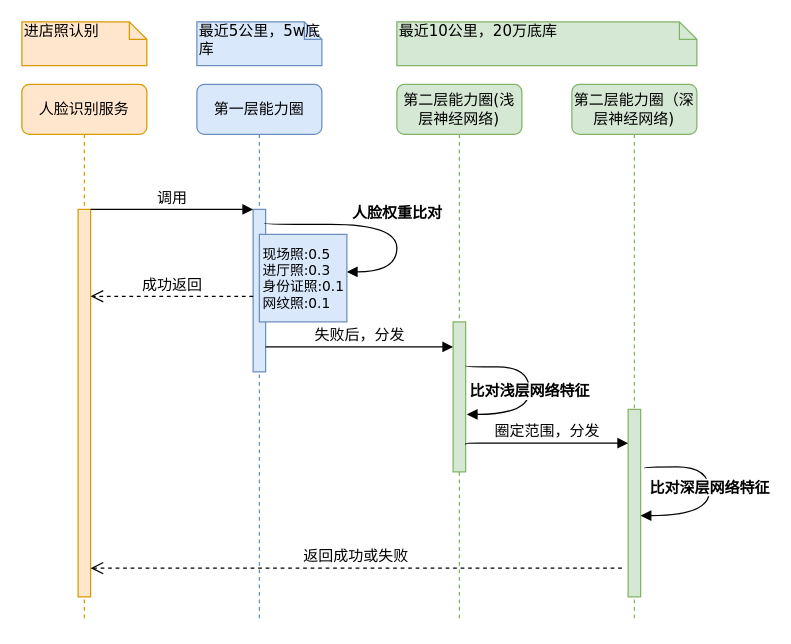
The draw.io diagram Sequence Diagram.drawio in xiaoxinyi/draw-io, before the edit. Source tidied: cells renumbered, new cells numbered last; positions are measured from the earlier drawing's top-left corner, leaving out a move shared by most shapes. Both pictures are drawn from the tidied source at 125%, with x=0, y=0 at pixel (21, 21).
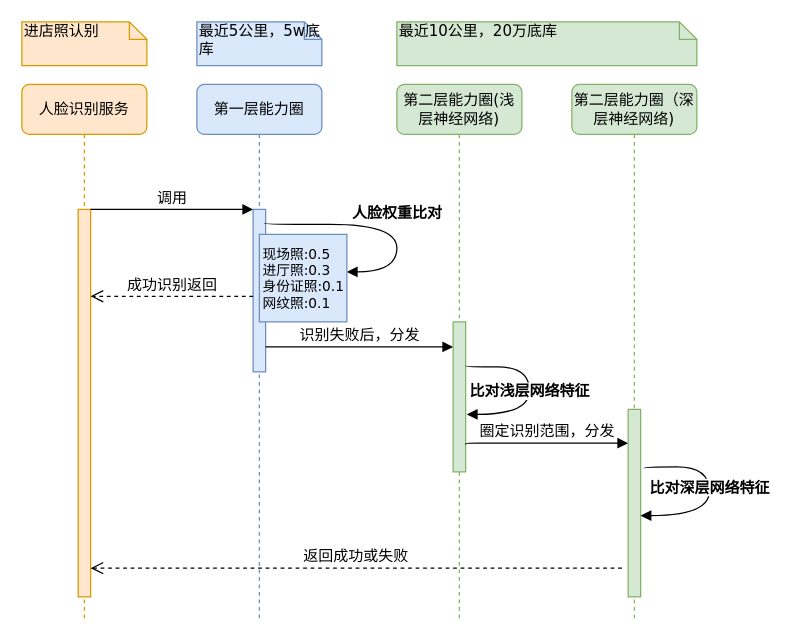
The same diagram, later.

The edit, as a diff of the source:
```diff
@@
-    <mxCell id="10" value="圈定范围，分发" style="html=1;verticalAlign=bottom;endArrow=block;labelBackgroundColor=none;fontFamily=Verdana;fontSize=12;edgeStyle=elbowEdgeStyle;elbow=vertical;exitX=1;exitY=0.256;exitDx=0;exitDy=0;exitPerimeter=0;entryX=0;entryY=0.411;entryDx=0;entryDy=0;entryPerimeter=0;" parent="1" edge="1">
+    <mxCell id="10" value="圈定识别范围，分发" style="html=1;verticalAlign=bottom;endArrow=block;labelBackgroundColor=none;fontFamily=Verdana;fontSize=12;edgeStyle=elbowEdgeStyle;elbow=vertical;exitX=1;exitY=0.256;exitDx=0;exitDy=0;exitPerimeter=0;entryX=0;entryY=0.411;entryDx=0;entryDy=0;entryPerimeter=0;" parent="1" edge="1">
       <mxGeometry relative="1" as="geometry">
         <mxPoint x="355" y="338" as="sourcePoint" />
         <mxPoint x="485" y="337" as="targetPoint" />
         <Array as="points">
           <mxPoint x="420" y="337" />
         </Array>
       </mxGeometry>
     </mxCell>
@@
-    <mxCell id="12" value="失败后，分发" style="html=1;verticalAlign=bottom;endArrow=block;entryX=0;entryY=0;labelBackgroundColor=none;fontFamily=Verdana;fontSize=12;edgeStyle=elbowEdgeStyle;elbow=vertical;" parent="1" edge="1">
+    <mxCell id="12" value="识别失败后，分发" style="html=1;verticalAlign=bottom;endArrow=block;entryX=0;entryY=0;labelBackgroundColor=none;fontFamily=Verdana;fontSize=12;edgeStyle=elbowEdgeStyle;elbow=vertical;" parent="1" edge="1">
       <mxGeometry relative="1" as="geometry">
         <mxPoint x="195" y="260" as="sourcePoint" />
         <mxPoint x="345" y="260" as="targetPoint" />
       </mxGeometry>
     </mxCell>
@@
-    <mxCell id="18" value="成功返回" style="html=1;verticalAlign=bottom;endArrow=open;dashed=1;endSize=8;labelBackgroundColor=none;fontFamily=Verdana;fontSize=12;edgeStyle=elbowEdgeStyle;elbow=vertical;" parent="1" edge="1">
+    <mxCell id="18" value="成功识别返回" style="html=1;verticalAlign=bottom;endArrow=open;dashed=1;endSize=8;labelBackgroundColor=none;fontFamily=Verdana;fontSize=12;edgeStyle=elbowEdgeStyle;elbow=vertical;" parent="1" edge="1">
       <mxGeometry relative="1" as="geometry">
         <mxPoint x="185" y="219.5" as="sourcePoint" />
         <mxPoint x="55" y="219.5" as="targetPoint" />
         <Array as="points">
           <mxPoint x="130" y="219.5" />
           <mxPoint x="160" y="219.5" />
         </Array>
       </mxGeometry>
     </mxCell>
```
